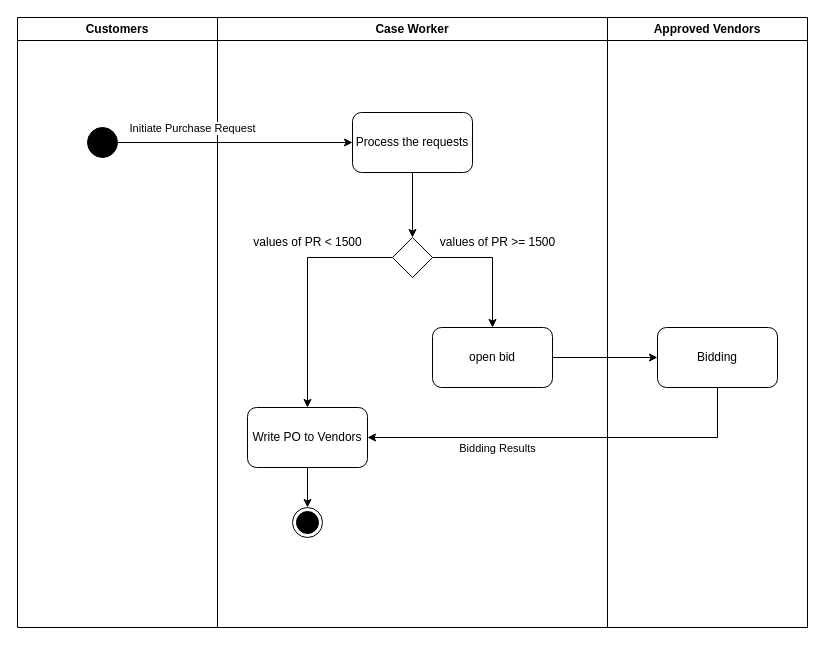
This is T1 UML.drawio.xml from lws343343/testFolder, a draw.io file, before an edit. Source tidied: cells renumbered, new cells numbered last; positions are measured from the earlier drawing's top-left corner, leaving out a move shared by most shapes. Both pictures are drawn from the tidied source at 100%, with x=0, y=0 at pixel (17, 17).
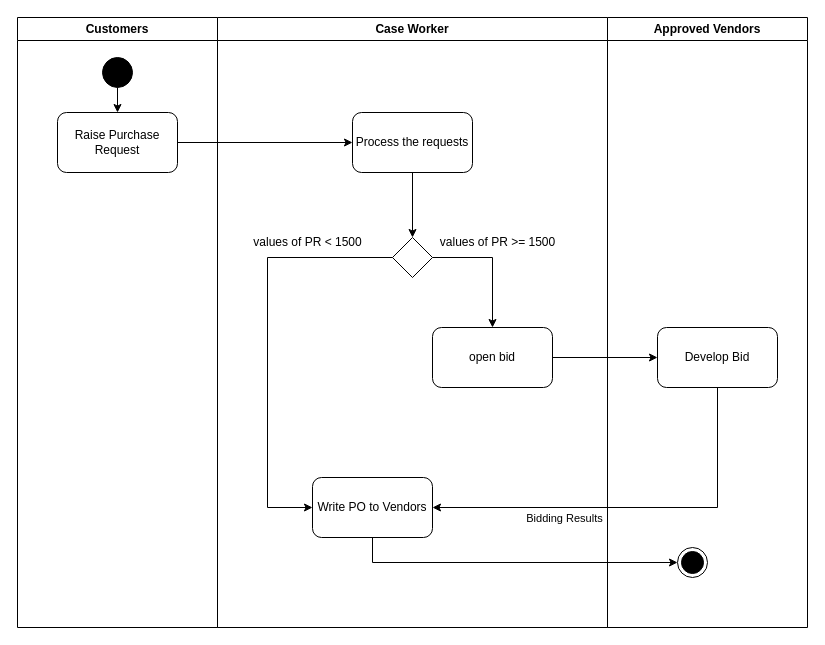
The same diagram, later.

The change refers to these unchanged cells:
```xml
<mxCell id="2" value="Customers" style="swimlane;whiteSpace=wrap;html=1;" parent="1" vertex="1">
  <mxGeometry width="200" height="610" as="geometry" />
</mxCell>
<mxCell id="4" value="Case Worker" style="swimlane;whiteSpace=wrap;html=1;" parent="1" vertex="1">
  <mxGeometry x="200" width="390" height="610" as="geometry" />
</mxCell>
<mxCell id="6" value="Process the requests" style="rounded=1;whiteSpace=wrap;html=1;" parent="4" vertex="1">
  <mxGeometry x="135" y="95" width="120" height="60" as="geometry" />
</mxCell>
<mxCell id="8" style="rhombus;whiteSpace=wrap;html=1;" parent="4" vertex="1">
  <mxGeometry x="175" y="220" width="40" height="40" as="geometry" />
</mxCell>
<mxCell id="16" value="Approved Vendors" style="swimlane;whiteSpace=wrap;html=1;" parent="1" vertex="1">
  <mxGeometry x="590" width="200" height="610" as="geometry" />
</mxCell>
```

The edit, as a diff of the source:
```diff
@@
+    <mxCell id="23" style="edgeStyle=orthogonalEdgeStyle;rounded=0;jettySize=auto;html=1;" parent="2" edge="1" source="3" target="24">
+      <mxGeometry relative="1" as="geometry" />
+    </mxCell>
     <mxCell id="3" style="ellipse;fillColor=strokeColor;" parent="2" vertex="1">
-      <mxGeometry x="70" y="110" width="30" height="30" as="geometry" />
+      <mxGeometry x="85" y="40" width="30" height="30" as="geometry" />
     </mxCell>
+    <mxCell id="24" value="Raise Purchase Request" style="rounded=1;whiteSpace=wrap;html=1;" parent="2" vertex="1">
+      <mxGeometry x="40" y="95" width="120" height="60" as="geometry" />
+    </mxCell>
@@
-    <mxCell id="9" style="edgeStyle=orthogonalEdgeStyle;rounded=0;jettySize=auto;html=1;" parent="4" edge="1" source="10" target="15">
-      <mxGeometry relative="1" as="geometry" />
-    </mxCell>
     <mxCell id="10" value="Write PO to Vendors" style="rounded=1;whiteSpace=wrap;html=1;" parent="4" vertex="1">
-      <mxGeometry x="30" y="390" width="120" height="60" as="geometry" />
+      <mxGeometry x="95" y="460" width="120" height="60" as="geometry" />
     </mxCell>
-    <mxCell id="11" style="edgeStyle=orthogonalEdgeStyle;rounded=0;jettySize=auto;html=1;entryX=0.5;entryY=0;entryDx=0;entryDy=0;exitX=0;exitY=0.5;exitDx=0;exitDy=0;" parent="4" edge="1" source="8" target="10">
-      <mxGeometry relative="1" as="geometry" />
+    <mxCell id="11" style="edgeStyle=orthogonalEdgeStyle;rounded=0;jettySize=auto;html=1;entryX=0;entryY=0.5;entryDx=0;entryDy=0;exitX=0;exitY=0.5;exitDx=0;exitDy=0;" parent="4" edge="1" source="8" target="10">
+      <mxGeometry relative="1" as="geometry">
+        <Array as="points">
+          <mxPoint x="50" y="240" />
+          <mxPoint x="50" y="490" />
+        </Array>
+      </mxGeometry>
     </mxCell>
@@
-    <mxCell id="15" style="ellipse;html=1;shape=endState;fillColor=strokeColor;" parent="4" vertex="1">
-      <mxGeometry x="75" y="490" width="30" height="30" as="geometry" />
-    </mxCell>
@@
-    <mxCell id="17" value="Bidding" style="rounded=1;whiteSpace=wrap;html=1;" parent="16" vertex="1">
+    <mxCell id="17" value="Develop Bid" style="rounded=1;whiteSpace=wrap;html=1;" parent="16" vertex="1">
       <mxGeometry x="50" y="310" width="120" height="60" as="geometry" />
     </mxCell>
-    <mxCell id="18" style="edgeStyle=orthogonalEdgeStyle;rounded=0;jettySize=auto;html=1;entryX=0;entryY=0.5;entryDx=0;entryDy=0;" parent="1" edge="1" source="3" target="6">
-      <mxGeometry relative="1" as="geometry" />
-    </mxCell>
-    <mxCell id="19" value="Initiate Purchase Request" style="edgeLabel;html=1;align=center;verticalAlign=middle;" parent="18" vertex="1">
-      <mxGeometry x="-0.7" y="1" relative="1" as="geometry">
-        <mxPoint x="39" y="-14" as="offset" />
-      </mxGeometry>
-    </mxCell>
+    <mxCell id="15" style="ellipse;html=1;shape=endState;fillColor=strokeColor;" parent="16" vertex="1">
+      <mxGeometry x="70" y="530" width="30" height="30" as="geometry" />
+    </mxCell>
@@
     <mxCell id="21" style="edgeStyle=orthogonalEdgeStyle;rounded=0;jettySize=auto;html=1;entryX=1;entryY=0.5;entryDx=0;entryDy=0;" parent="1" edge="1" source="17" target="10">
       <mxGeometry relative="1" as="geometry">
         <Array as="points">
-          <mxPoint x="700" y="420" />
+          <mxPoint x="700" y="490" />
         </Array>
       </mxGeometry>
     </mxCell>
@@
+    <mxCell id="25" style="edgeStyle=orthogonalEdgeStyle;rounded=0;jettySize=auto;html=1;entryX=0;entryY=0.5;entryDx=0;entryDy=0;" parent="1" edge="1" source="24" target="6">
+      <mxGeometry relative="1" as="geometry" />
+    </mxCell>
+    <mxCell id="9" style="edgeStyle=orthogonalEdgeStyle;rounded=0;jettySize=auto;html=1;entryX=0;entryY=0.5;entryDx=0;entryDy=0;" parent="1" edge="1" source="10" target="15">
+      <mxGeometry relative="1" as="geometry">
+        <Array as="points">
+          <mxPoint x="355" y="545" />
+        </Array>
+      </mxGeometry>
+    </mxCell>
```
